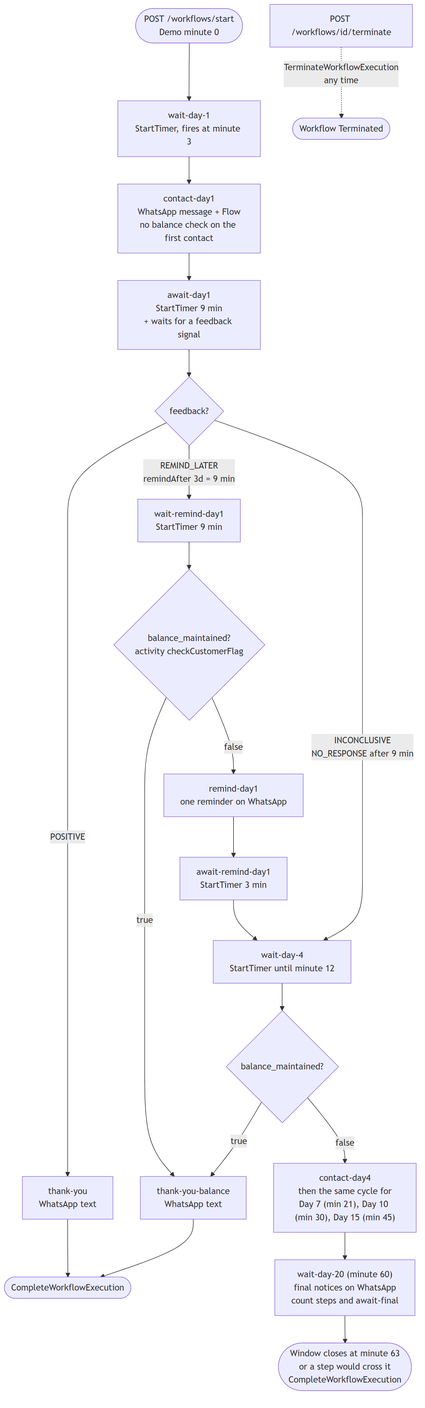
Before: docs/diagrams/05-decision-flow.png, a diagram exported from Mermaid (Anuj-Gaonkar/temporal-workflow-orch-service). Its source is kept beside it as docs/diagrams/05-decision-flow.mmd. Source of this version:
```mermaid
flowchart TD
  START(["POST /workflows/start<br/>Demo minute 0"]) --> W1["wait-day-1<br/>StartTimer, fires at minute 3"]
  W1 --> C1["contact-day1<br/>WhatsApp message + Flow<br/>no balance check on the first contact"]
  C1 --> A1["await-day1<br/>StartTimer 9 min<br/>+ waits for a feedback signal"]
  A1 --> R1{"feedback?"}

  R1 -->|"POSITIVE"| TY["thank-you<br/>WhatsApp text"]
  TY --> END(["CompleteWorkflowExecution"])

  R1 -->|"REMIND_LATER<br/>remindAfter 3d = 9 min"| WR["wait-remind-day1<br/>StartTimer 9 min"]
  WR --> G1{"balance_maintained?<br/>activity checkCustomerFlag"}
  G1 -->|"true"| TYB["thank-you-balance<br/>WhatsApp text"]
  G1 -->|"false"| RM["remind-day1<br/>one reminder on WhatsApp"]
  RM --> AR["await-remind-day1<br/>StartTimer 3 min"]
  AR --> NEXT

  R1 -->|"INCONCLUSIVE<br/>NO_RESPONSE after 9 min"| NEXT["wait-day-4<br/>StartTimer until minute 12"]
  NEXT --> G4{"balance_maintained?"}
  G4 -->|"true"| TYB
  G4 -->|"false"| C4["contact-day4<br/>then the same cycle for<br/>Day 7 (min 21), Day 10 (min 30), Day 15 (min 45)"]
  C4 --> FIN["wait-day-20 (minute 60)<br/>final notices on WhatsApp<br/>count steps and await-final"]
  FIN --> EXP(["Window closes at minute 63<br/>or a step would cross it<br/>CompleteWorkflowExecution"])
  TYB --> END

  OPS["POST /workflows/id/terminate"] -.->|"TerminateWorkflowExecution<br/>any time"| END2(["Workflow Terminated"])
```
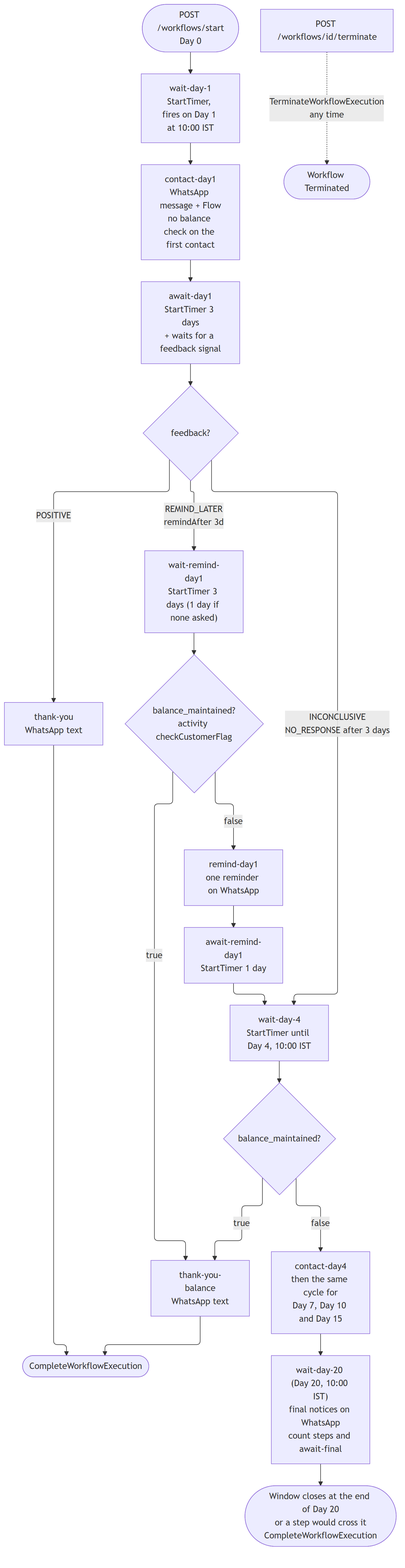
Above is the later version.

Commit message:
Show real days instead of demo minutes in the decision-flow diagram

Diff of the diagram source:
```diff
@@ -1,25 +1,25 @@
 flowchart TD
-  START(["POST /workflows/start<br/>Demo minute 0"]) --> W1["wait-day-1<br/>StartTimer, fires at minute 3"]
+  START(["POST /workflows/start<br/>Day 0"]) --> W1["wait-day-1<br/>StartTimer, fires on Day 1 at 10:00 IST"]
   W1 --> C1["contact-day1<br/>WhatsApp message + Flow<br/>no balance check on the first contact"]
-  C1 --> A1["await-day1<br/>StartTimer 9 min<br/>+ waits for a feedback signal"]
+  C1 --> A1["await-day1<br/>StartTimer 3 days<br/>+ waits for a feedback signal"]
   A1 --> R1{"feedback?"}
 
   R1 -->|"POSITIVE"| TY["thank-you<br/>WhatsApp text"]
   TY --> END(["CompleteWorkflowExecution"])
 
-  R1 -->|"REMIND_LATER<br/>remindAfter 3d = 9 min"| WR["wait-remind-day1<br/>StartTimer 9 min"]
+  R1 -->|"REMIND_LATER<br/>remindAfter 3d"| WR["wait-remind-day1<br/>StartTimer 3 days (1 day if none asked)"]
   WR --> G1{"balance_maintained?<br/>activity checkCustomerFlag"}
   G1 -->|"true"| TYB["thank-you-balance<br/>WhatsApp text"]
   G1 -->|"false"| RM["remind-day1<br/>one reminder on WhatsApp"]
-  RM --> AR["await-remind-day1<br/>StartTimer 3 min"]
+  RM --> AR["await-remind-day1<br/>StartTimer 1 day"]
   AR --> NEXT
 
-  R1 -->|"INCONCLUSIVE<br/>NO_RESPONSE after 9 min"| NEXT["wait-day-4<br/>StartTimer until minute 12"]
+  R1 -->|"INCONCLUSIVE<br/>NO_RESPONSE after 3 days"| NEXT["wait-day-4<br/>StartTimer until Day 4, 10:00 IST"]
   NEXT --> G4{"balance_maintained?"}
   G4 -->|"true"| TYB
-  G4 -->|"false"| C4["contact-day4<br/>then the same cycle for<br/>Day 7 (min 21), Day 10 (min 30), Day 15 (min 45)"]
-  C4 --> FIN["wait-day-20 (minute 60)<br/>final notices on WhatsApp<br/>count steps and await-final"]
-  FIN --> EXP(["Window closes at minute 63<br/>or a step would cross it<br/>CompleteWorkflowExecution"])
+  G4 -->|"false"| C4["contact-day4<br/>then the same cycle for<br/>Day 7, Day 10 and Day 15"]
+  C4 --> FIN["wait-day-20 (Day 20, 10:00 IST)<br/>final notices on WhatsApp<br/>count steps and await-final"]
+  FIN --> EXP(["Window closes at the end of Day 20<br/>or a step would cross it<br/>CompleteWorkflowExecution"])
   TYB --> END
 
   OPS["POST /workflows/id/terminate"] -.->|"TerminateWorkflowExecution<br/>any time"| END2(["Workflow Terminated"])
```
